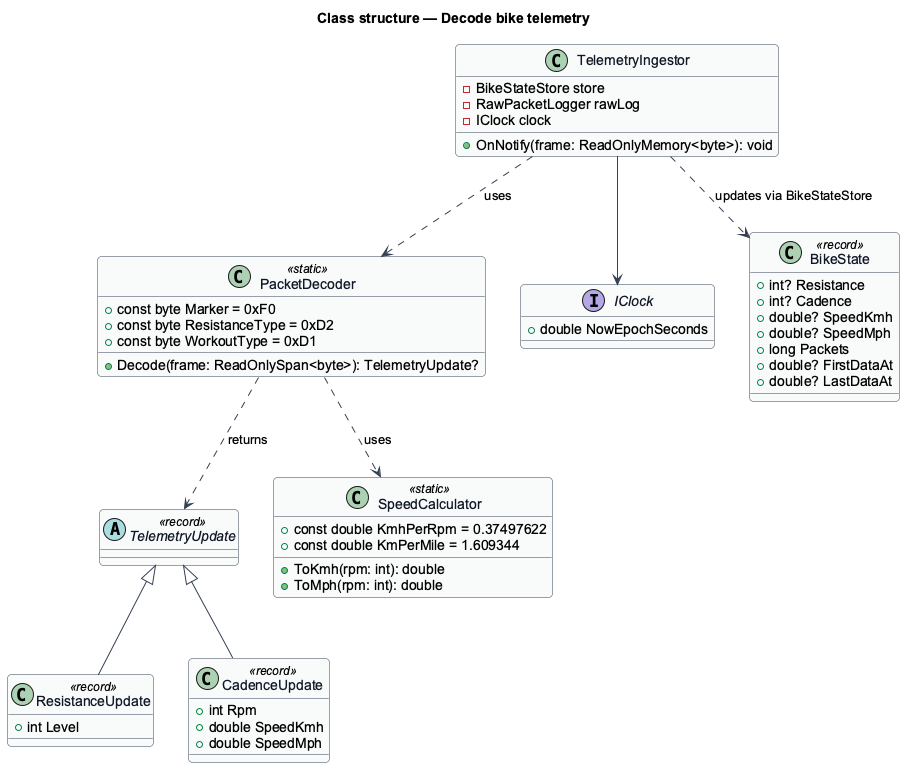
This is docs/detailed-designs/telemetry/decode-bike-telemetry/diagrams/class-structure.png from QuinntyneBrown/ride-one, a PlantUML export, as it was before one commit. Its diagram source:
```plantuml
@startuml
skinparam backgroundColor #FFFFFF
skinparam shadowing false
skinparam roundcorner 8
skinparam defaultFontName Arial
skinparam ArrowColor #344054
skinparam class {
  BorderColor #344054
  FontColor #101828
  BackgroundColor #F9FAFB
}
title Class structure — Decode bike telemetry

class PacketDecoder <<static>> {
  +const byte Marker = 0xF0
  +const byte ResistanceType = 0xD2
  +const byte WorkoutType = 0xD1
  +Decode(frame: ReadOnlySpan<byte>): TelemetryUpdate?
}

abstract class TelemetryUpdate <<record>>
class ResistanceUpdate <<record>> {
  +int Level
}
class CadenceUpdate <<record>> {
  +int Rpm
  +double SpeedKmh
  +double SpeedMph
}

class SpeedCalculator <<static>> {
  +const double KmhPerRpm = 0.37497622
  +const double KmPerMile = 1.609344
  +ToKmh(rpm: int): double
  +ToMph(rpm: int): double
}

class TelemetryIngestor {
  -BikeStateStore store
  -RawPacketLogger rawLog
  -IClock clock
  +OnNotify(frame: ReadOnlyMemory<byte>): void
}

interface IClock {
  +double NowEpochSeconds
}

class BikeState <<record>> {
  +int? Resistance
  +int? Cadence
  +double? SpeedKmh
  +double? SpeedMph
  +long Packets
  +double? FirstDataAt
  +double? LastDataAt
}

TelemetryUpdate <|-- ResistanceUpdate
TelemetryUpdate <|-- CadenceUpdate
PacketDecoder ..> TelemetryUpdate : returns
PacketDecoder ..> SpeedCalculator : uses
TelemetryIngestor ..> PacketDecoder : uses
TelemetryIngestor --> IClock
TelemetryIngestor ..> BikeState : updates via BikeStateStore
@enduml
```
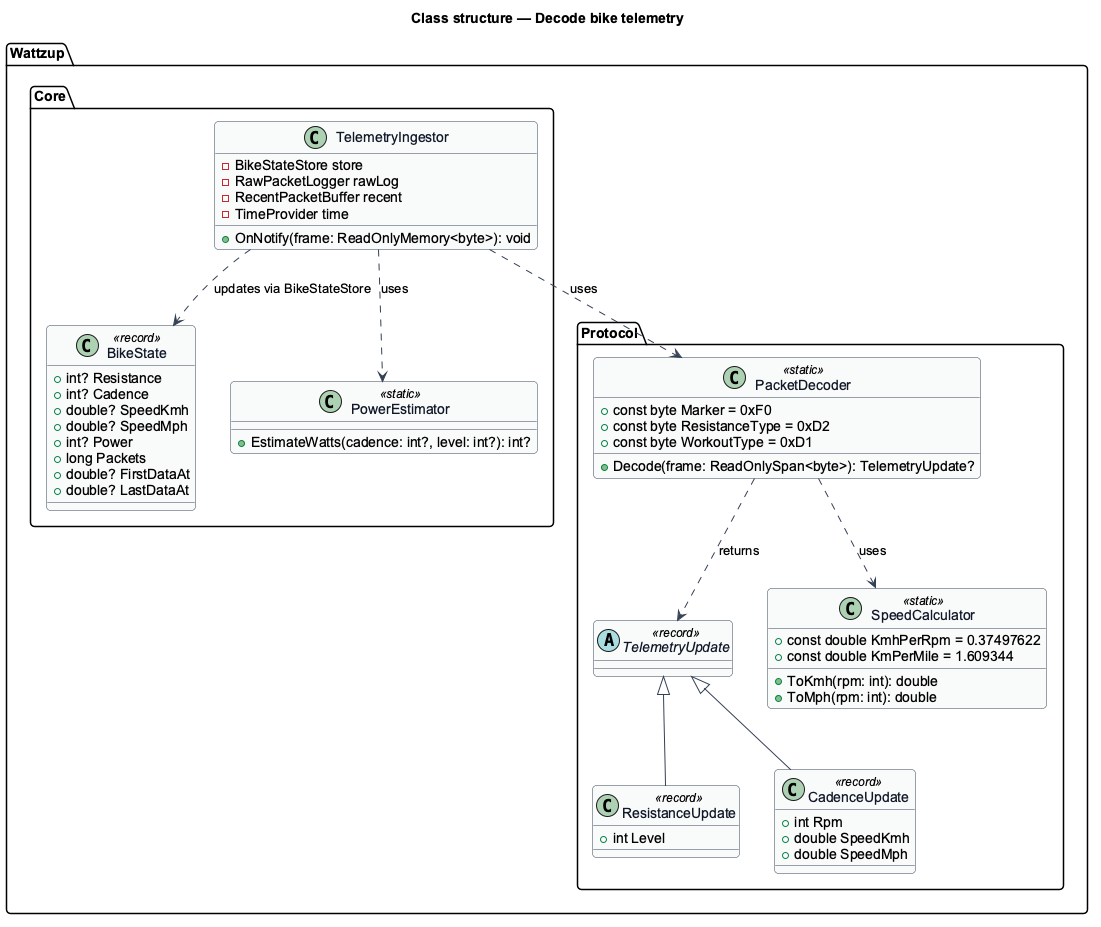
Later version of the same file.

Diff of the diagram source:
```diff
@@ -11,49 +11,55 @@
 }
 title Class structure — Decode bike telemetry
 
-class PacketDecoder <<static>> {
-  +const byte Marker = 0xF0
-  +const byte ResistanceType = 0xD2
-  +const byte WorkoutType = 0xD1
-  +Decode(frame: ReadOnlySpan<byte>): TelemetryUpdate?
+package "Wattzup.Protocol" {
+  class PacketDecoder <<static>> {
+    +const byte Marker = 0xF0
+    +const byte ResistanceType = 0xD2
+    +const byte WorkoutType = 0xD1
+    +Decode(frame: ReadOnlySpan<byte>): TelemetryUpdate?
+  }
+
+  abstract class TelemetryUpdate <<record>>
+  class ResistanceUpdate <<record>> {
+    +int Level
+  }
+  class CadenceUpdate <<record>> {
+    +int Rpm
+    +double SpeedKmh
+    +double SpeedMph
+  }
+
+  class SpeedCalculator <<static>> {
+    +const double KmhPerRpm = 0.37497622
+    +const double KmPerMile = 1.609344
+    +ToKmh(rpm: int): double
+    +ToMph(rpm: int): double
+  }
 }
 
-abstract class TelemetryUpdate <<record>>
-class ResistanceUpdate <<record>> {
-  +int Level
-}
-class CadenceUpdate <<record>> {
-  +int Rpm
-  +double SpeedKmh
-  +double SpeedMph
-}
+package "Wattzup.Core" {
+  class TelemetryIngestor {
+    -BikeStateStore store
+    -RawPacketLogger rawLog
+    -RecentPacketBuffer recent
+    -TimeProvider time
+    +OnNotify(frame: ReadOnlyMemory<byte>): void
+  }
 
-class SpeedCalculator <<static>> {
-  +const double KmhPerRpm = 0.37497622
-  +const double KmPerMile = 1.609344
-  +ToKmh(rpm: int): double
-  +ToMph(rpm: int): double
-}
+  class BikeState <<record>> {
+    +int? Resistance
+    +int? Cadence
+    +double? SpeedKmh
+    +double? SpeedMph
+    +int? Power
+    +long Packets
+    +double? FirstDataAt
+    +double? LastDataAt
+  }
 
-class TelemetryIngestor {
-  -BikeStateStore store
-  -RawPacketLogger rawLog
-  -IClock clock
-  +OnNotify(frame: ReadOnlyMemory<byte>): void
-}
-
-interface IClock {
-  +double NowEpochSeconds
-}
-
-class BikeState <<record>> {
-  +int? Resistance
-  +int? Cadence
-  +double? SpeedKmh
-  +double? SpeedMph
-  +long Packets
-  +double? FirstDataAt
-  +double? LastDataAt
+  class PowerEstimator <<static>> {
+    +EstimateWatts(cadence: int?, level: int?): int?
+  }
 }
 
 TelemetryUpdate <|-- ResistanceUpdate
@@ -61,6 +67,6 @@
 PacketDecoder ..> TelemetryUpdate : returns
 PacketDecoder ..> SpeedCalculator : uses
 TelemetryIngestor ..> PacketDecoder : uses
-TelemetryIngestor --> IClock
+TelemetryIngestor ..> PowerEstimator : uses
 TelemetryIngestor ..> BikeState : updates via BikeStateStore
 @enduml
```
